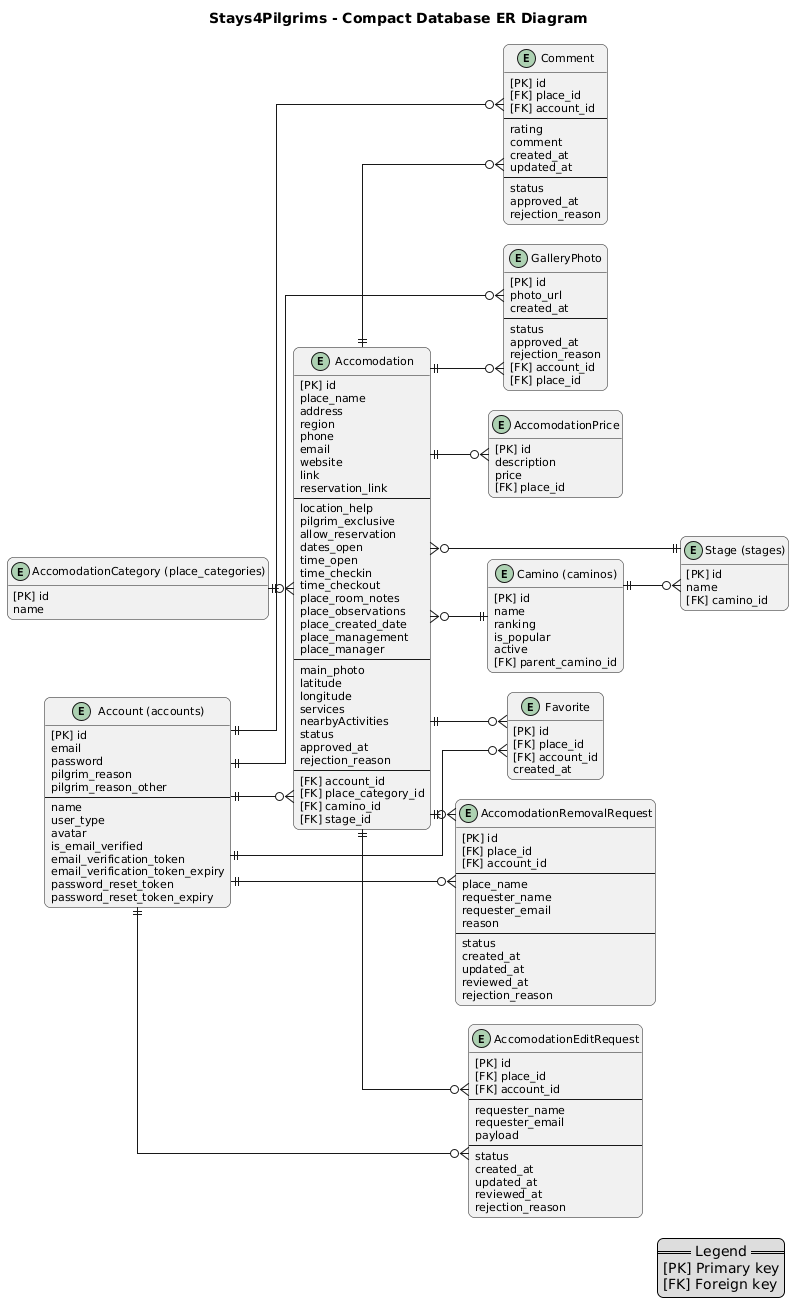
Above: docs/diagrams/png/database-er-diagram-compact.png in alegna83/cookbook-be (PlantUML), before the change.
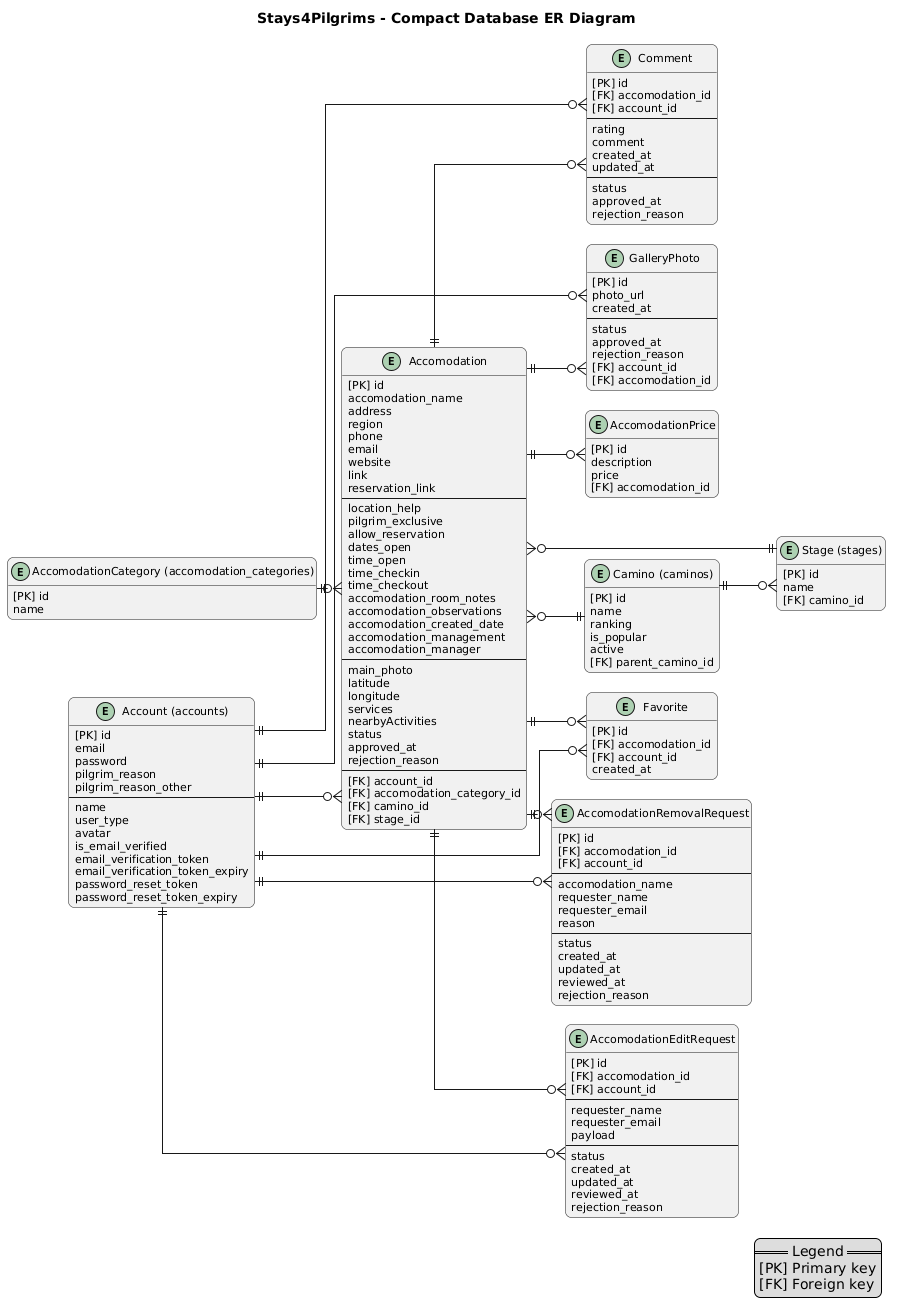
The same file after the commit.

Commit message:
docs(diagrams): normalize place_* to accomodation_* in compact ER

Change to the diagram source:
```diff
@@ -42,7 +42,7 @@
 
 entity "Accomodation" as Accomodation {
   [PK] id
-  place_name
+  accomodation_name
   address
   region
   phone
@@ -58,11 +58,11 @@
   time_open
   time_checkin
   time_checkout
-  place_room_notes
-  place_observations
-  place_created_date
-  place_management
-  place_manager
+  accomodation_room_notes
+  accomodation_observations
+  accomodation_created_date
+  accomodation_management
+  accomodation_manager
   --
   main_photo
   latitude
@@ -74,19 +74,19 @@
   rejection_reason
   --
   [FK] account_id
-  [FK] place_category_id
+  [FK] accomodation_category_id
   [FK] camino_id
   [FK] stage_id
 }
 
-entity "AccomodationCategory (place_categories)" as Accomodation_category {
+entity "AccomodationCategory (accomodation_categories)" as Accomodation_category {
   [PK] id
   name
 }
 
 entity "Comment" as comment {
   [PK] id
-  [FK] place_id
+  [FK] accomodation_id
   [FK] account_id
   --
   rating
@@ -108,12 +108,12 @@
   approved_at
   rejection_reason
   [FK] account_id
-  [FK] place_id
+  [FK] accomodation_id
 }
 
 entity "Favorite" as favorite {
   [PK] id
-  [FK] place_id
+  [FK] accomodation_id
   [FK] account_id
   created_at
 }
@@ -122,15 +122,15 @@
   [PK] id
   description
   price
-  [FK] place_id
+  [FK] accomodation_id
 }
 
 entity "AccomodationRemovalRequest" as Accomodation_removal_request {
   [PK] id
-  [FK] place_id
+  [FK] accomodation_id
   [FK] account_id
   --
-  place_name
+  accomodation_name
   requester_name
   requester_email
   reason
@@ -144,7 +144,7 @@
 
 entity "AccomodationEditRequest" as Accomodation_edit_request {
   [PK] id
-  [FK] place_id
+  [FK] accomodation_id
   [FK] account_id
   --
   requester_name
```
